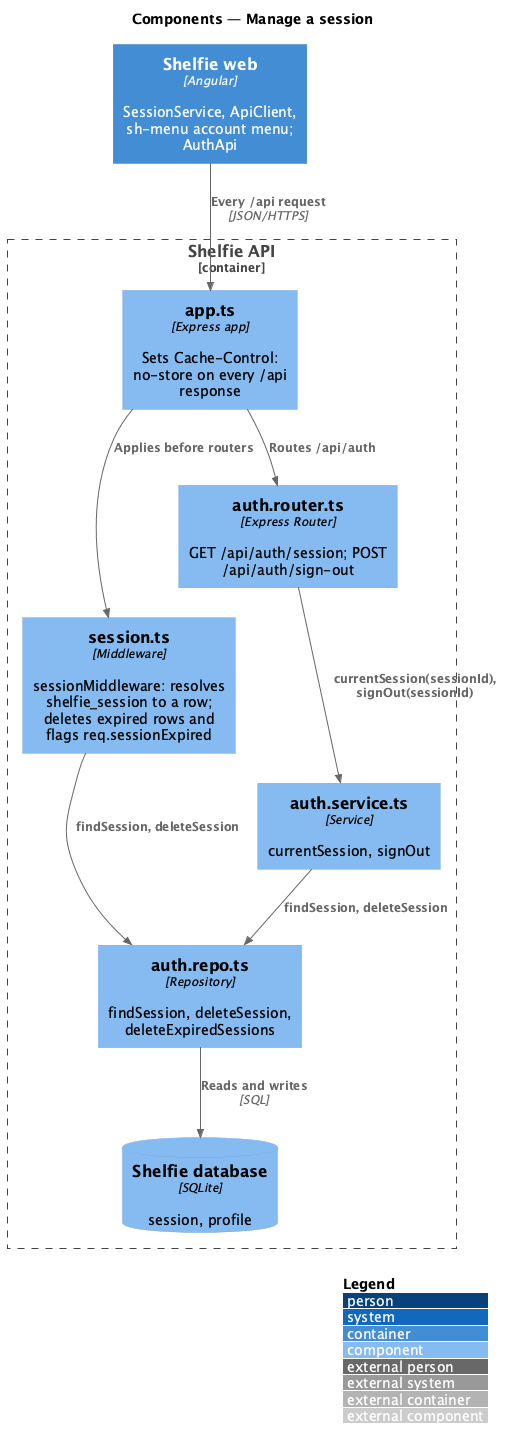
Above: docs/detailed-designs/sign-in/manage-session/diagrams/c4-component.png in QuinntyneBrown/shelfie (PlantUML), before the change.
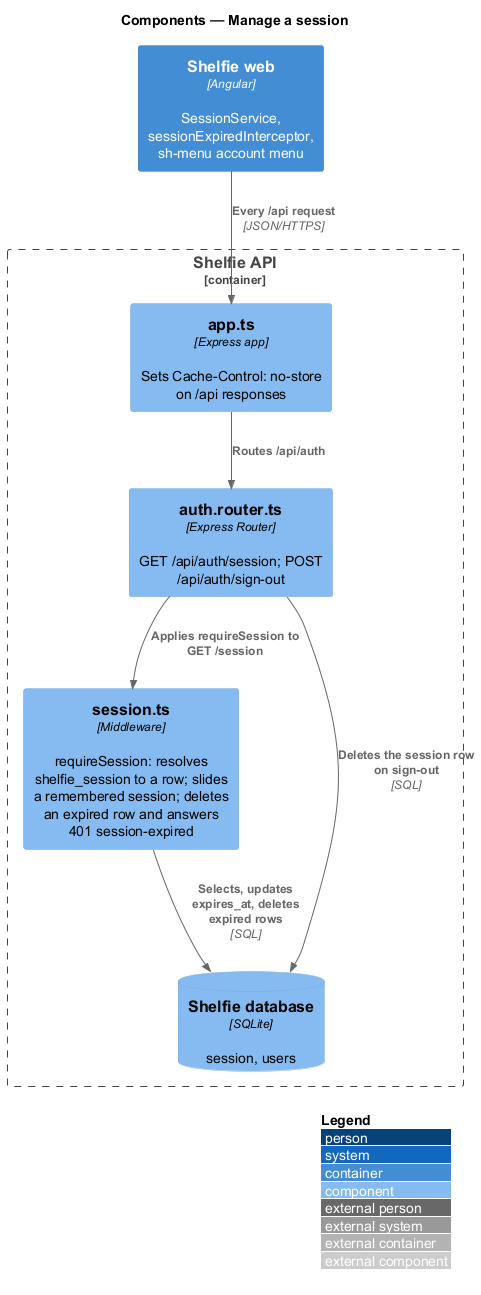
After the change.

Diff of the diagram source:
```diff
@@ -3,20 +3,16 @@
 LAYOUT_WITH_LEGEND()
 title Components — Manage a session
 
-Container(web, "Shelfie web", "Angular", "SessionService, ApiClient, sh-menu account menu; AuthApi")
+Container(web, "Shelfie web", "Angular", "SessionService, sessionExpiredInterceptor, sh-menu account menu")
 Container_Boundary(api, "Shelfie API") {
-  Component(sessionMw, "session.ts", "Middleware", "sessionMiddleware: resolves shelfie_session to a row; deletes expired rows and flags req.sessionExpired")
+  Component(app, "app.ts", "Express app", "Sets Cache-Control: no-store on /api responses")
+  Component(sessionMw, "session.ts", "Middleware", "requireSession: resolves shelfie_session to a row; slides a remembered session; deletes an expired row and answers 401 session-expired")
   Component(router, "auth.router.ts", "Express Router", "GET /api/auth/session; POST /api/auth/sign-out")
-  Component(app, "app.ts", "Express app", "Sets Cache-Control: no-store on every /api response")
-  Component(service, "auth.service.ts", "Service", "currentSession, signOut")
-  Component(repo, "auth.repo.ts", "Repository", "findSession, deleteSession, deleteExpiredSessions")
-  ComponentDb(db, "Shelfie database", "SQLite", "session, profile")
+  ComponentDb(db, "Shelfie database", "SQLite", "session, users")
 }
 Rel(web, app, "Every /api request", "JSON/HTTPS")
-Rel(app, sessionMw, "Applies before routers")
-Rel(sessionMw, repo, "findSession, deleteSession")
 Rel(app, router, "Routes /api/auth")
-Rel(router, service, "currentSession(sessionId), signOut(sessionId)")
-Rel(service, repo, "findSession, deleteSession")
-Rel(repo, db, "Reads and writes", "SQL")
+Rel(router, sessionMw, "Applies requireSession to GET /session")
+Rel(sessionMw, db, "Selects, updates expires_at, deletes expired rows", "SQL")
+Rel(router, db, "Deletes the session row on sign-out", "SQL")
 @enduml
```
